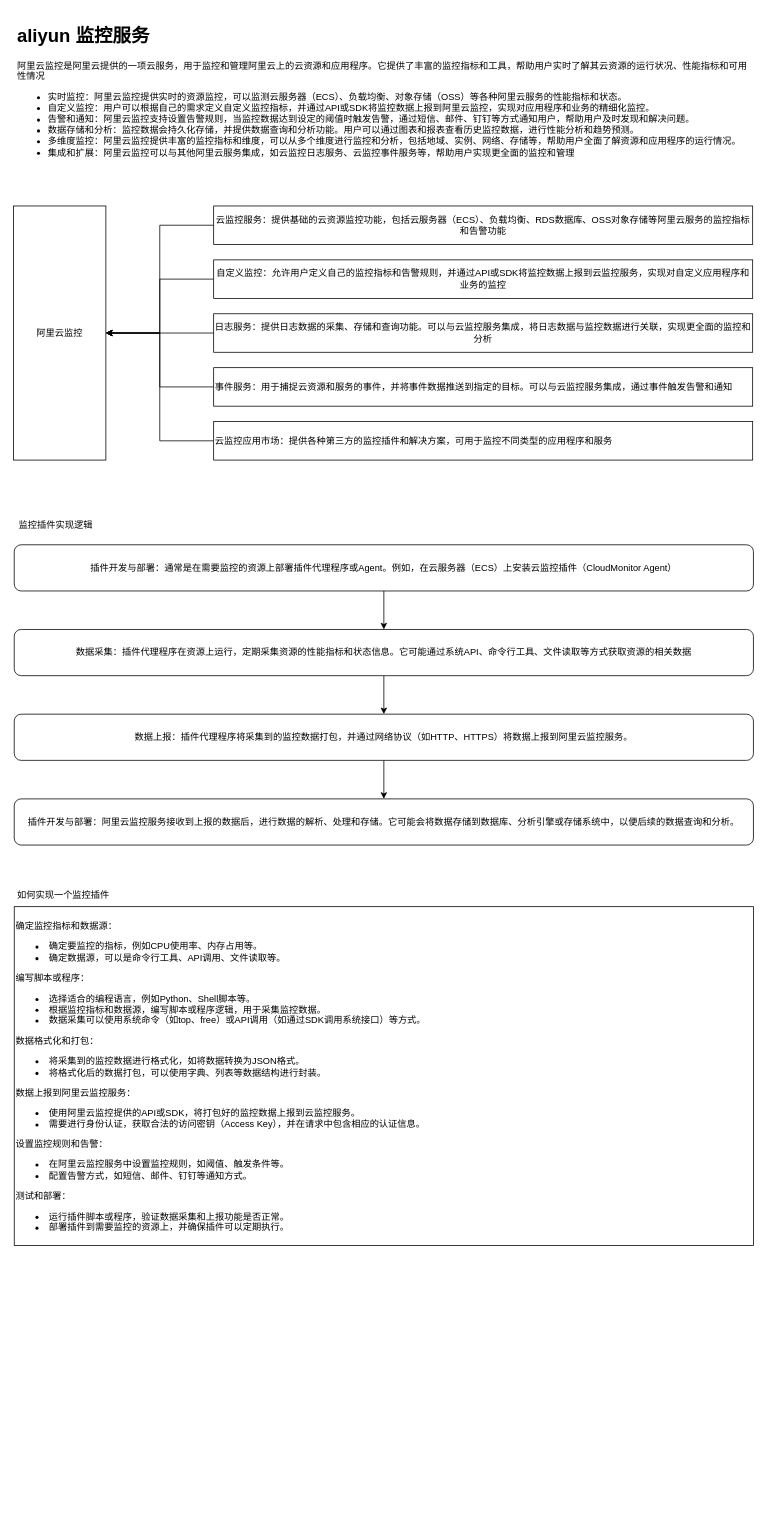
Earlier version of the draw.io diagram aliyun monitor.drawio (dengkefu/draw.io). Source tidied: cells renumbered, new cells numbered last; positions are measured from the earlier drawing's top-left corner, leaving out a move shared by most shapes. Both pictures are drawn from the tidied source at 77%, with x=0, y=0 at pixel (13, 21).
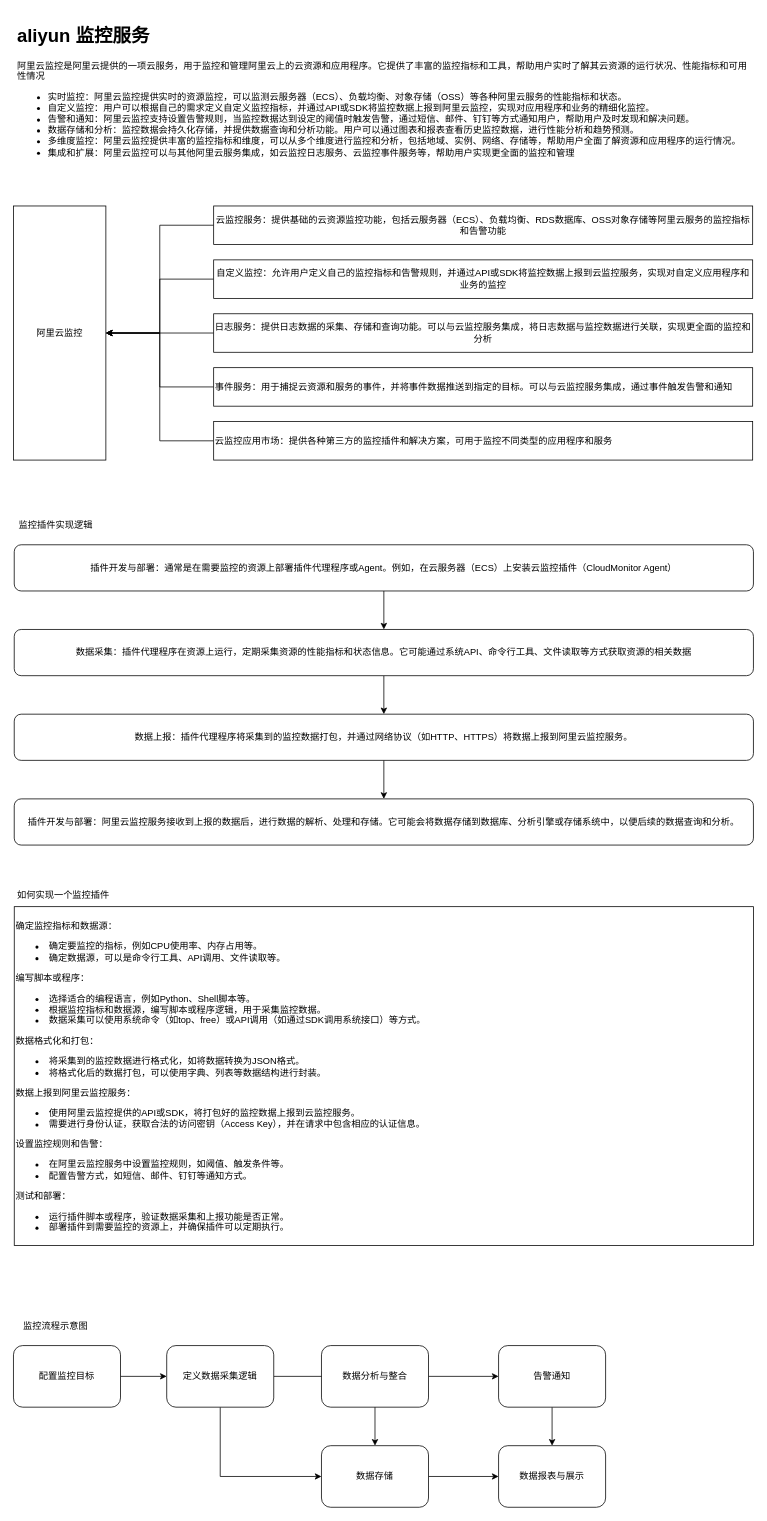
The same diagram, later.

Change to the diagram source:
```diff
@@
+    <mxCell id="24" style="edgeStyle=orthogonalEdgeStyle;rounded=0;jettySize=auto;html=1;exitX=1;exitY=0.5;exitDx=0;exitDy=0;" parent="1" edge="1" source="25" target="28">
+      <mxGeometry relative="1" as="geometry" />
+    </mxCell>
+    <mxCell id="25" value="配置监控目标" style="rounded=1;whiteSpace=wrap;html=1;" parent="1" vertex="1">
+      <mxGeometry y="1720" width="139" height="80" as="geometry" />
+    </mxCell>
+    <mxCell id="26" style="edgeStyle=orthogonalEdgeStyle;rounded=0;jettySize=auto;html=1;exitX=1;exitY=0.5;exitDx=0;exitDy=0;" parent="1" edge="1" source="28" target="30">
+      <mxGeometry relative="1" as="geometry" />
+    </mxCell>
+    <mxCell id="27" style="edgeStyle=orthogonalEdgeStyle;rounded=0;jettySize=auto;html=1;exitX=0.5;exitY=1;exitDx=0;exitDy=0;entryX=0;entryY=0.5;entryDx=0;entryDy=0;" parent="1" edge="1" source="28" target="30">
+      <mxGeometry relative="1" as="geometry" />
+    </mxCell>
+    <mxCell id="28" value="定义数据采集逻辑" style="rounded=1;whiteSpace=wrap;html=1;" parent="1" vertex="1">
+      <mxGeometry x="199" y="1720" width="139" height="80" as="geometry" />
+    </mxCell>
+    <mxCell id="29" style="edgeStyle=orthogonalEdgeStyle;rounded=0;jettySize=auto;html=1;exitX=1;exitY=0.5;exitDx=0;exitDy=0;" parent="1" edge="1" source="30" target="35">
+      <mxGeometry relative="1" as="geometry" />
+    </mxCell>
+    <mxCell id="30" value="数据存储" style="rounded=1;whiteSpace=wrap;html=1;" parent="1" vertex="1">
+      <mxGeometry x="400" y="1850" width="139" height="80" as="geometry" />
+    </mxCell>
+    <mxCell id="31" style="edgeStyle=orthogonalEdgeStyle;rounded=0;jettySize=auto;html=1;exitX=1;exitY=0.5;exitDx=0;exitDy=0;entryX=0;entryY=0.5;entryDx=0;entryDy=0;" parent="1" edge="1" source="32" target="34">
+      <mxGeometry relative="1" as="geometry" />
+    </mxCell>
+    <mxCell id="32" value="数据分析与整合" style="rounded=1;whiteSpace=wrap;html=1;" parent="1" vertex="1">
+      <mxGeometry x="400" y="1720" width="139" height="80" as="geometry" />
+    </mxCell>
+    <mxCell id="33" style="edgeStyle=orthogonalEdgeStyle;rounded=0;jettySize=auto;html=1;exitX=0.5;exitY=1;exitDx=0;exitDy=0;" parent="1" edge="1" source="34" target="35">
+      <mxGeometry relative="1" as="geometry" />
+    </mxCell>
+    <mxCell id="34" value="告警通知" style="rounded=1;whiteSpace=wrap;html=1;" parent="1" vertex="1">
+      <mxGeometry x="630" y="1720" width="139" height="80" as="geometry" />
+    </mxCell>
+    <mxCell id="35" value="数据报表与展示" style="rounded=1;whiteSpace=wrap;html=1;" parent="1" vertex="1">
+      <mxGeometry x="630" y="1850" width="139" height="80" as="geometry" />
+    </mxCell>
+    <mxCell id="36" value="监控流程示意图" style="text;html=1;strokeColor=none;fillColor=none;align=center;verticalAlign=middle;whiteSpace=wrap;rounded=0;" parent="1" vertex="1">
+      <mxGeometry y="1680" width="110" height="30" as="geometry" />
+    </mxCell>
```
